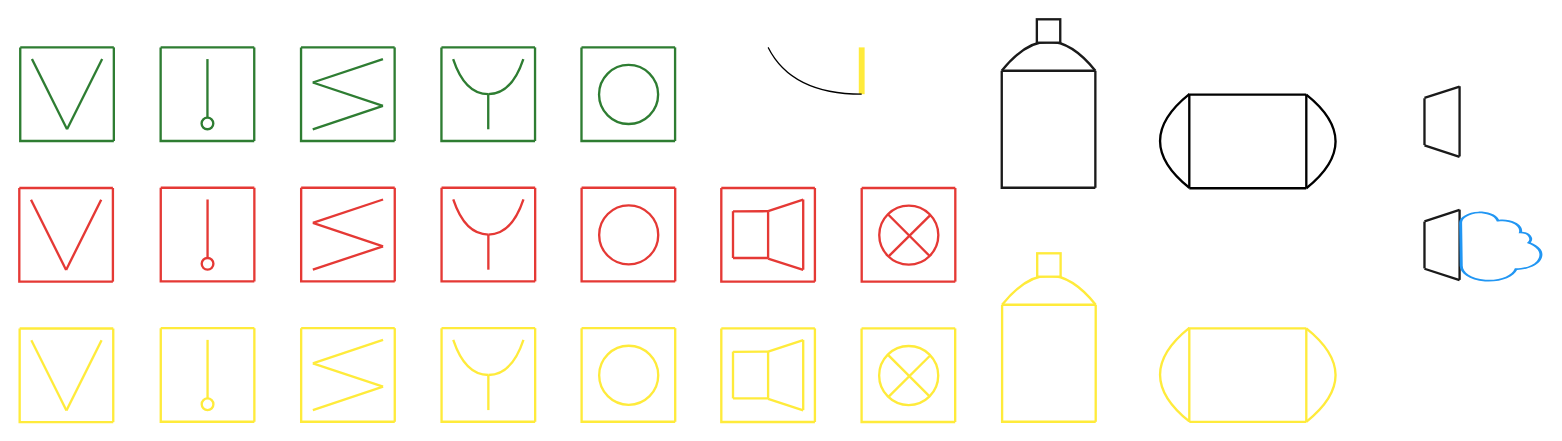
The draw.io diagram Диаграмма без названия.drawio in dashkova/datagrams, before the edit. Source tidied: cells renumbered, new cells numbered last; positions are measured from the earlier drawing's top-left corner, leaving out a move shared by most shapes. Both pictures are drawn from the tidied source at 117%, with x=0, y=0 at pixel (19, 12).
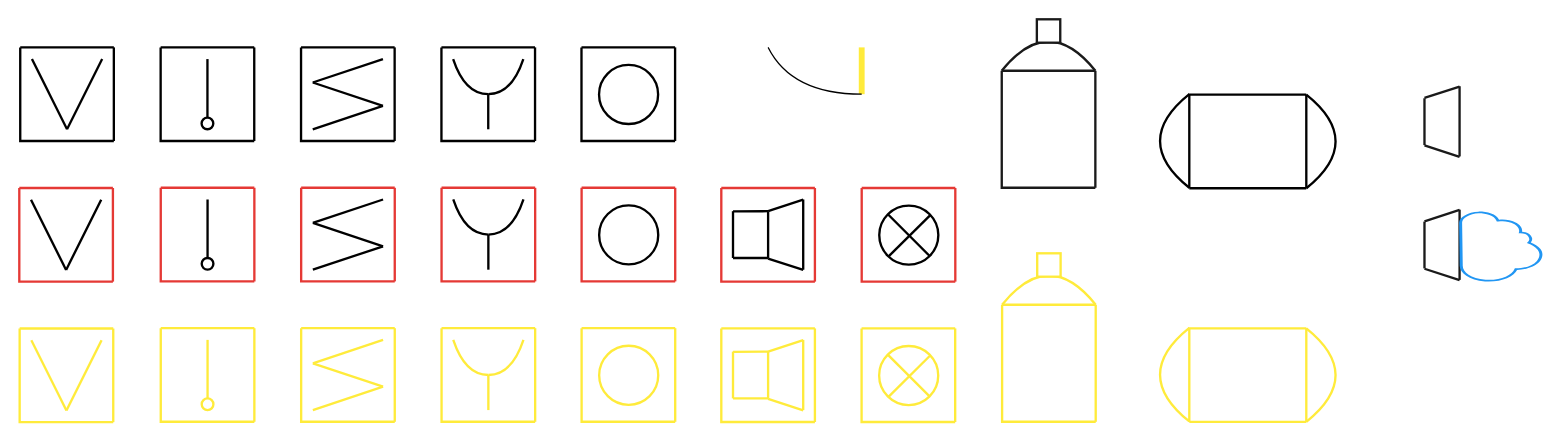
The same page after the edit.

What changed in the source:
```diff
@@
-    <mxCell id="2" style="endArrow=none;html=1;rounded=0;fontSize=12;startSize=8;endSize=8;curved=1;strokeColor=#2E7D32;strokeWidth=2;" parent="1" edge="1">
+    <mxCell id="2" style="endArrow=none;html=1;rounded=0;fontSize=12;startSize=8;endSize=8;curved=1;strokeColor=#000000;strokeWidth=2;" parent="1" edge="1">
       <mxGeometry relative="1" as="geometry">
         <mxPoint x="0.8" y="30" as="sourcePoint" />
         <mxPoint x="80.8" y="30" as="targetPoint" />
       </mxGeometry>
     </mxCell>
-    <mxCell id="3" style="endArrow=none;html=1;rounded=0;fontSize=12;startSize=8;endSize=8;curved=1;strokeColor=#2E7D32;strokeWidth=2;" parent="1" edge="1">
+    <mxCell id="3" style="endArrow=none;html=1;rounded=0;fontSize=12;startSize=8;endSize=8;curved=1;strokeColor=#000000;strokeWidth=2;" parent="1" edge="1">
       <mxGeometry relative="1" as="geometry">
         <mxPoint x="80.8" y="110" as="sourcePoint" />
         <mxPoint x="80.8" y="30" as="targetPoint" />
       </mxGeometry>
     </mxCell>
-    <mxCell id="4" style="endArrow=none;html=1;rounded=0;fontSize=12;startSize=8;endSize=8;strokeColor=#2E7D32;strokeWidth=2;" parent="1" edge="1">
+    <mxCell id="4" style="endArrow=none;html=1;rounded=0;fontSize=12;startSize=8;endSize=8;strokeColor=#000000;strokeWidth=2;" parent="1" edge="1">
       <mxGeometry relative="1" as="geometry">
         <mxPoint x="0.8" y="30" as="sourcePoint" />
         <mxPoint x="80.8" y="110" as="targetPoint" />
         <Array as="points">
           <mxPoint x="0.8" y="110" />
         </Array>
       </mxGeometry>
     </mxCell>
-    <mxCell id="5" style="endArrow=none;html=1;rounded=0;fontSize=12;startSize=8;endSize=8;curved=1;strokeWidth=2;strokeColor=#2E7D32;" parent="1" edge="1">
+    <mxCell id="5" style="endArrow=none;html=1;rounded=0;fontSize=12;startSize=8;endSize=8;curved=1;strokeWidth=2;strokeColor=#000000;" parent="1" edge="1">
       <mxGeometry relative="1" as="geometry">
         <mxPoint x="120.8" y="30" as="sourcePoint" />
         <mxPoint x="200.8" y="30" as="targetPoint" />
       </mxGeometry>
     </mxCell>
-    <mxCell id="6" style="endArrow=none;html=1;rounded=0;fontSize=12;startSize=8;endSize=8;curved=1;strokeWidth=2;strokeColor=#2E7D32;" parent="1" edge="1">
+    <mxCell id="6" style="endArrow=none;html=1;rounded=0;fontSize=12;startSize=8;endSize=8;curved=1;strokeWidth=2;strokeColor=#000000;" parent="1" edge="1">
       <mxGeometry relative="1" as="geometry">
         <mxPoint x="200.8" y="110" as="sourcePoint" />
         <mxPoint x="200.8" y="30" as="targetPoint" />
       </mxGeometry>
     </mxCell>
-    <mxCell id="7" style="endArrow=none;html=1;rounded=0;fontSize=12;startSize=8;endSize=8;strokeWidth=2;strokeColor=#2E7D32;" parent="1" edge="1">
+    <mxCell id="7" style="endArrow=none;html=1;rounded=0;fontSize=12;startSize=8;endSize=8;strokeWidth=2;strokeColor=#000000;" parent="1" edge="1">
       <mxGeometry relative="1" as="geometry">
         <mxPoint x="120.8" y="30" as="sourcePoint" />
         <mxPoint x="200.8" y="110" as="targetPoint" />
         <Array as="points">
           <mxPoint x="120.8" y="110" />
         </Array>
       </mxGeometry>
     </mxCell>
-    <mxCell id="8" style="endArrow=none;html=1;rounded=0;fontSize=12;startSize=8;endSize=8;curved=1;strokeColor=#2E7D32;strokeWidth=2;" parent="1" edge="1">
+    <mxCell id="8" style="endArrow=none;html=1;rounded=0;fontSize=12;startSize=8;endSize=8;curved=1;strokeColor=#000000;strokeWidth=2;" parent="1" edge="1">
       <mxGeometry relative="1" as="geometry">
         <mxPoint x="40.8" y="100" as="sourcePoint" />
         <mxPoint x="10.8" y="40" as="targetPoint" />
       </mxGeometry>
     </mxCell>
-    <mxCell id="9" style="endArrow=none;html=1;rounded=0;fontSize=12;startSize=8;endSize=8;curved=1;strokeColor=#2E7D32;strokeWidth=2;" parent="1" edge="1">
+    <mxCell id="9" style="endArrow=none;html=1;rounded=0;fontSize=12;startSize=8;endSize=8;curved=1;strokeColor=#000000;strokeWidth=2;" parent="1" edge="1">
       <mxGeometry relative="1" as="geometry">
         <mxPoint x="40.8" y="100" as="sourcePoint" />
         <mxPoint x="70.8" y="40" as="targetPoint" />
       </mxGeometry>
     </mxCell>
-    <mxCell id="10" style="endArrow=none;html=1;rounded=0;fontSize=12;startSize=8;endSize=8;curved=1;strokeWidth=2;strokeColor=#2E7D32;" parent="1" edge="1">
+    <mxCell id="10" style="endArrow=none;html=1;rounded=0;fontSize=12;startSize=8;endSize=8;curved=1;strokeWidth=2;strokeColor=#000000;" parent="1" edge="1">
       <mxGeometry relative="1" as="geometry">
         <mxPoint x="160.8" y="90" as="sourcePoint" />
         <mxPoint x="160.8" y="40" as="targetPoint" />
       </mxGeometry>
     </mxCell>
-    <mxCell id="11" style="ellipse;whiteSpace=wrap;html=1;fontSize=16;strokeWidth=2;strokeColor=#2E7D32;" parent="1" vertex="1">
+    <mxCell id="11" style="ellipse;whiteSpace=wrap;html=1;fontSize=16;strokeWidth=2;strokeColor=#000000;" parent="1" vertex="1">
       <mxGeometry x="155.8" y="90" width="10" height="10" as="geometry" />
     </mxCell>
-    <mxCell id="12" style="endArrow=none;html=1;rounded=0;fontSize=12;startSize=8;endSize=8;curved=1;strokeWidth=2;strokeColor=#2E7D32;" parent="1" edge="1">
+    <mxCell id="12" style="endArrow=none;html=1;rounded=0;fontSize=12;startSize=8;endSize=8;curved=1;strokeWidth=2;strokeColor=#000000;" parent="1" edge="1">
       <mxGeometry relative="1" as="geometry">
         <mxPoint x="240.8" y="30" as="sourcePoint" />
         <mxPoint x="320.8" y="30" as="targetPoint" />
       </mxGeometry>
     </mxCell>
-    <mxCell id="13" style="endArrow=none;html=1;rounded=0;fontSize=12;startSize=8;endSize=8;curved=1;strokeWidth=2;strokeColor=#2E7D32;" parent="1" edge="1">
+    <mxCell id="13" style="endArrow=none;html=1;rounded=0;fontSize=12;startSize=8;endSize=8;curved=1;strokeWidth=2;strokeColor=#000000;" parent="1" edge="1">
       <mxGeometry relative="1" as="geometry">
         <mxPoint x="320.8" y="110" as="sourcePoint" />
         <mxPoint x="320.8" y="30" as="targetPoint" />
       </mxGeometry>
     </mxCell>
-    <mxCell id="14" style="endArrow=none;html=1;rounded=0;fontSize=12;startSize=8;endSize=8;strokeWidth=2;strokeColor=#2E7D32;" parent="1" edge="1">
+    <mxCell id="14" style="endArrow=none;html=1;rounded=0;fontSize=12;startSize=8;endSize=8;strokeWidth=2;strokeColor=#000000;" parent="1" edge="1">
       <mxGeometry relative="1" as="geometry">
         <mxPoint x="240.8" y="30" as="sourcePoint" />
         <mxPoint x="320.8" y="110" as="targetPoint" />
         <Array as="points">
           <mxPoint x="240.8" y="110" />
         </Array>
       </mxGeometry>
     </mxCell>
-    <mxCell id="15" style="endArrow=none;html=1;rounded=0;fontSize=12;startSize=8;endSize=8;curved=1;strokeWidth=2;strokeColor=#2E7D32;" parent="1" edge="1">
+    <mxCell id="15" style="endArrow=none;html=1;rounded=0;fontSize=12;startSize=8;endSize=8;curved=1;strokeWidth=2;strokeColor=#000000;" parent="1" edge="1">
       <mxGeometry relative="1" as="geometry">
         <mxPoint x="310.8" y="80" as="sourcePoint" />
         <mxPoint x="250.8" y="60" as="targetPoint" />
       </mxGeometry>
     </mxCell>
-    <mxCell id="16" style="endArrow=none;html=1;rounded=0;fontSize=12;startSize=8;endSize=8;curved=1;strokeWidth=2;strokeColor=#2E7D32;" parent="1" edge="1">
+    <mxCell id="16" style="endArrow=none;html=1;rounded=0;fontSize=12;startSize=8;endSize=8;curved=1;strokeWidth=2;strokeColor=#000000;" parent="1" edge="1">
       <mxGeometry relative="1" as="geometry">
         <mxPoint x="250.8" y="60" as="sourcePoint" />
         <mxPoint x="310.8" y="40" as="targetPoint" />
       </mxGeometry>
     </mxCell>
-    <mxCell id="17" style="endArrow=none;html=1;rounded=0;fontSize=12;startSize=8;endSize=8;curved=1;strokeWidth=2;strokeColor=#2E7D32;" parent="1" edge="1">
+    <mxCell id="17" style="endArrow=none;html=1;rounded=0;fontSize=12;startSize=8;endSize=8;curved=1;strokeWidth=2;strokeColor=#000000;" parent="1" edge="1">
       <mxGeometry relative="1" as="geometry">
         <mxPoint x="250.8" y="100" as="sourcePoint" />
         <mxPoint x="310.8" y="80" as="targetPoint" />
       </mxGeometry>
     </mxCell>
-    <mxCell id="18" style="endArrow=none;html=1;rounded=0;fontSize=12;startSize=8;endSize=8;curved=1;strokeWidth=2;strokeColor=#2E7D32;" parent="1" edge="1">
+    <mxCell id="18" style="endArrow=none;html=1;rounded=0;fontSize=12;startSize=8;endSize=8;curved=1;strokeWidth=2;strokeColor=#000000;" parent="1" edge="1">
       <mxGeometry relative="1" as="geometry">
         <mxPoint x="360.8" y="30" as="sourcePoint" />
         <mxPoint x="440.8" y="30" as="targetPoint" />
       </mxGeometry>
     </mxCell>
-    <mxCell id="19" style="endArrow=none;html=1;rounded=0;fontSize=12;startSize=8;endSize=8;curved=1;strokeWidth=2;strokeColor=#2E7D32;" parent="1" edge="1">
+    <mxCell id="19" style="endArrow=none;html=1;rounded=0;fontSize=12;startSize=8;endSize=8;curved=1;strokeWidth=2;strokeColor=#000000;" parent="1" edge="1">
       <mxGeometry relative="1" as="geometry">
         <mxPoint x="440.8" y="110" as="sourcePoint" />
         <mxPoint x="440.8" y="30" as="targetPoint" />
       </mxGeometry>
     </mxCell>
-    <mxCell id="20" style="endArrow=none;html=1;rounded=0;fontSize=12;startSize=8;endSize=8;strokeWidth=2;strokeColor=#2E7D32;" parent="1" edge="1">
+    <mxCell id="20" style="endArrow=none;html=1;rounded=0;fontSize=12;startSize=8;endSize=8;strokeWidth=2;strokeColor=#000000;" parent="1" edge="1">
       <mxGeometry relative="1" as="geometry">
         <mxPoint x="360.8" y="30" as="sourcePoint" />
         <mxPoint x="440.8" y="110" as="targetPoint" />
         <Array as="points">
           <mxPoint x="360.8" y="110" />
         </Array>
       </mxGeometry>
     </mxCell>
-    <mxCell id="21" style="endArrow=none;html=1;rounded=0;fontSize=12;startSize=8;endSize=8;curved=1;strokeWidth=2;strokeColor=#2E7D32;" parent="1" edge="1">
+    <mxCell id="21" style="endArrow=none;html=1;rounded=0;fontSize=12;startSize=8;endSize=8;curved=1;strokeWidth=2;strokeColor=#000000;" parent="1" edge="1">
       <mxGeometry relative="1" as="geometry">
         <mxPoint x="400.8" y="70" as="sourcePoint" />
         <mxPoint x="430.8" y="40" as="targetPoint" />
         <Array as="points">
           <mxPoint x="420.8" y="70" />
         </Array>
       </mxGeometry>
     </mxCell>
-    <mxCell id="22" style="endArrow=none;html=1;rounded=0;fontSize=12;startSize=8;endSize=8;curved=1;strokeWidth=2;strokeColor=#2E7D32;" parent="1" edge="1">
+    <mxCell id="22" style="endArrow=none;html=1;rounded=0;fontSize=12;startSize=8;endSize=8;curved=1;strokeWidth=2;strokeColor=#000000;" parent="1" edge="1">
       <mxGeometry relative="1" as="geometry">
         <mxPoint x="400.8" y="100" as="sourcePoint" />
         <mxPoint x="400.8" y="70" as="targetPoint" />
       </mxGeometry>
     </mxCell>
-    <mxCell id="23" style="endArrow=none;html=1;rounded=0;fontSize=12;startSize=8;endSize=8;curved=1;strokeWidth=2;strokeColor=#2E7D32;" parent="1" edge="1">
+    <mxCell id="23" style="endArrow=none;html=1;rounded=0;fontSize=12;startSize=8;endSize=8;curved=1;strokeWidth=2;strokeColor=#000000;" parent="1" edge="1">
       <mxGeometry relative="1" as="geometry">
         <mxPoint x="400.8" y="70" as="sourcePoint" />
         <mxPoint x="370.8" y="40" as="targetPoint" />
         <Array as="points">
           <mxPoint x="380.8" y="70" />
         </Array>
       </mxGeometry>
     </mxCell>
-    <mxCell id="24" style="endArrow=none;html=1;rounded=0;fontSize=12;startSize=8;endSize=8;curved=1;strokeWidth=2;strokeColor=#2E7D32;" parent="1" edge="1">
+    <mxCell id="24" style="endArrow=none;html=1;rounded=0;fontSize=12;startSize=8;endSize=8;curved=1;strokeWidth=2;strokeColor=#000000;" parent="1" edge="1">
       <mxGeometry relative="1" as="geometry">
         <mxPoint x="480.5" y="30" as="sourcePoint" />
         <mxPoint x="560.5" y="30" as="targetPoint" />
       </mxGeometry>
     </mxCell>
-    <mxCell id="25" style="endArrow=none;html=1;rounded=0;fontSize=12;startSize=8;endSize=8;curved=1;strokeWidth=2;strokeColor=#2E7D32;" parent="1" edge="1">
+    <mxCell id="25" style="endArrow=none;html=1;rounded=0;fontSize=12;startSize=8;endSize=8;curved=1;strokeWidth=2;strokeColor=#000000;" parent="1" edge="1">
       <mxGeometry relative="1" as="geometry">
         <mxPoint x="560.5" y="110" as="sourcePoint" />
         <mxPoint x="560.5" y="30" as="targetPoint" />
       </mxGeometry>
     </mxCell>
-    <mxCell id="26" style="endArrow=none;html=1;rounded=0;fontSize=12;startSize=8;endSize=8;strokeWidth=2;strokeColor=#2E7D32;" parent="1" edge="1">
+    <mxCell id="26" style="endArrow=none;html=1;rounded=0;fontSize=12;startSize=8;endSize=8;strokeWidth=2;strokeColor=#000000;" parent="1" edge="1">
       <mxGeometry relative="1" as="geometry">
         <mxPoint x="480.5" y="30" as="sourcePoint" />
         <mxPoint x="560.5" y="110" as="targetPoint" />
         <Array as="points">
           <mxPoint x="480.5" y="110" />
         </Array>
       </mxGeometry>
     </mxCell>
-    <mxCell id="27" style="ellipse;whiteSpace=wrap;html=1;fontSize=16;strokeWidth=2;strokeColor=#2E7D32;" parent="1" vertex="1">
+    <mxCell id="27" style="ellipse;whiteSpace=wrap;html=1;fontSize=16;strokeWidth=2;strokeColor=#000000;" parent="1" vertex="1">
       <mxGeometry x="495.5" y="45" width="50.5" height="50.5" as="geometry" />
     </mxCell>
@@
-    <mxCell id="33" style="endArrow=none;html=1;rounded=0;fontSize=12;startSize=8;endSize=8;curved=1;strokeWidth=2;strokeColor=#E53935;" parent="1" edge="1">
+    <mxCell id="33" style="endArrow=none;html=1;rounded=0;fontSize=12;startSize=8;endSize=8;curved=1;strokeWidth=2;" parent="1" edge="1">
       <mxGeometry relative="1" as="geometry">
         <mxPoint x="610" y="210" as="sourcePoint" />
         <mxPoint x="610" y="170" as="targetPoint" />
       </mxGeometry>
     </mxCell>
-    <mxCell id="34" style="endArrow=none;html=1;rounded=0;fontSize=12;startSize=8;endSize=8;curved=1;strokeWidth=2;strokeColor=#E53935;" parent="1" edge="1">
+    <mxCell id="34" style="endArrow=none;html=1;rounded=0;fontSize=12;startSize=8;endSize=8;curved=1;strokeWidth=2;" parent="1" edge="1">
       <mxGeometry relative="1" as="geometry">
         <mxPoint x="640" y="170" as="sourcePoint" />
         <mxPoint x="670" y="160.2" as="targetPoint" />
       </mxGeometry>
     </mxCell>
-    <mxCell id="35" style="endArrow=none;html=1;rounded=0;fontSize=12;startSize=8;endSize=8;curved=1;strokeWidth=2;strokeColor=#E53935;" parent="1" edge="1">
+    <mxCell id="35" style="endArrow=none;html=1;rounded=0;fontSize=12;startSize=8;endSize=8;curved=1;strokeWidth=2;" parent="1" edge="1">
       <mxGeometry relative="1" as="geometry">
         <mxPoint x="640" y="170" as="sourcePoint" />
         <mxPoint x="610" y="170.2" as="targetPoint" />
       </mxGeometry>
     </mxCell>
-    <mxCell id="36" style="endArrow=none;html=1;rounded=0;fontSize=12;startSize=8;endSize=8;curved=1;strokeWidth=2;strokeColor=#E53935;" parent="1" edge="1">
+    <mxCell id="36" style="endArrow=none;html=1;rounded=0;fontSize=12;startSize=8;endSize=8;curved=1;strokeWidth=2;" parent="1" edge="1">
       <mxGeometry relative="1" as="geometry">
         <mxPoint x="640" y="210" as="sourcePoint" />
         <mxPoint x="610" y="210" as="targetPoint" />
       </mxGeometry>
     </mxCell>
-    <mxCell id="37" style="endArrow=none;html=1;rounded=0;fontSize=12;startSize=8;endSize=8;curved=1;strokeWidth=2;strokeColor=#E53935;" parent="1" edge="1">
+    <mxCell id="37" style="endArrow=none;html=1;rounded=0;fontSize=12;startSize=8;endSize=8;curved=1;strokeWidth=2;" parent="1" edge="1">
       <mxGeometry relative="1" as="geometry">
         <mxPoint x="640" y="210.2" as="sourcePoint" />
         <mxPoint x="640" y="170.2" as="targetPoint" />
       </mxGeometry>
     </mxCell>
-    <mxCell id="38" style="endArrow=none;html=1;rounded=0;fontSize=12;startSize=8;endSize=8;curved=1;strokeWidth=2;strokeColor=#E53935;" parent="1" edge="1">
+    <mxCell id="38" style="endArrow=none;html=1;rounded=0;fontSize=12;startSize=8;endSize=8;curved=1;strokeWidth=2;" parent="1" edge="1">
       <mxGeometry relative="1" as="geometry">
         <mxPoint x="640" y="210.5" as="sourcePoint" />
         <mxPoint x="670" y="220.2" as="targetPoint" />
       </mxGeometry>
     </mxCell>
-    <mxCell id="39" style="endArrow=none;html=1;rounded=0;fontSize=12;startSize=8;endSize=8;curved=1;strokeWidth=2;strokeColor=#E53935;" parent="1" edge="1">
+    <mxCell id="39" style="endArrow=none;html=1;rounded=0;fontSize=12;startSize=8;endSize=8;curved=1;strokeWidth=2;" parent="1" edge="1">
       <mxGeometry relative="1" as="geometry">
         <mxPoint x="670" y="220" as="sourcePoint" />
         <mxPoint x="670" y="160" as="targetPoint" />
       </mxGeometry>
     </mxCell>
@@
-    <mxCell id="43" style="ellipse;whiteSpace=wrap;html=1;fontSize=16;strokeWidth=2;strokeColor=#E53935;" parent="1" vertex="1">
+    <mxCell id="43" style="ellipse;whiteSpace=wrap;html=1;fontSize=16;strokeWidth=2;" parent="1" vertex="1">
       <mxGeometry x="735" y="165.2" width="50.5" height="50.5" as="geometry" />
     </mxCell>
-    <mxCell id="44" style="endArrow=none;html=1;rounded=0;fontSize=12;startSize=8;endSize=8;curved=1;entryX=0;entryY=0;entryDx=0;entryDy=0;exitX=1;exitY=1;exitDx=0;exitDy=0;strokeWidth=2;strokeColor=#E53935;" parent="1" edge="1" source="43" target="43">
+    <mxCell id="44" style="endArrow=none;html=1;rounded=0;fontSize=12;startSize=8;endSize=8;curved=1;entryX=0;entryY=0;entryDx=0;entryDy=0;exitX=1;exitY=1;exitDx=0;exitDy=0;strokeWidth=2;" parent="1" edge="1" source="43" target="43">
       <mxGeometry relative="1" as="geometry" />
     </mxCell>
-    <mxCell id="45" style="endArrow=none;html=1;rounded=0;fontSize=12;startSize=8;endSize=8;curved=1;entryX=0.158;entryY=0.861;entryDx=0;entryDy=0;exitX=0.864;exitY=0.161;exitDx=0;exitDy=0;exitPerimeter=0;entryPerimeter=0;strokeWidth=2;strokeColor=#E53935;" parent="1" edge="1" source="43" target="43">
+    <mxCell id="45" style="endArrow=none;html=1;rounded=0;fontSize=12;startSize=8;endSize=8;curved=1;entryX=0.158;entryY=0.861;entryDx=0;entryDy=0;exitX=0.864;exitY=0.161;exitDx=0;exitDy=0;exitPerimeter=0;entryPerimeter=0;strokeWidth=2;" parent="1" edge="1" source="43" target="43">
       <mxGeometry relative="1" as="geometry" />
     </mxCell>
@@
-    <mxCell id="63" style="endArrow=none;html=1;rounded=0;fontSize=12;startSize=8;endSize=8;curved=1;strokeColor=#E53935;strokeWidth=2;" parent="1" edge="1">
+    <mxCell id="63" style="endArrow=none;html=1;rounded=0;fontSize=12;startSize=8;endSize=8;curved=1;strokeWidth=2;" parent="1" edge="1">
       <mxGeometry relative="1" as="geometry">
         <mxPoint x="40" y="220.2" as="sourcePoint" />
         <mxPoint x="10" y="160.2" as="targetPoint" />
       </mxGeometry>
     </mxCell>
-    <mxCell id="64" style="endArrow=none;html=1;rounded=0;fontSize=12;startSize=8;endSize=8;curved=1;strokeColor=#E53935;strokeWidth=2;" parent="1" edge="1">
+    <mxCell id="64" style="endArrow=none;html=1;rounded=0;fontSize=12;startSize=8;endSize=8;curved=1;strokeWidth=2;" parent="1" edge="1">
       <mxGeometry relative="1" as="geometry">
         <mxPoint x="40" y="220.2" as="sourcePoint" />
         <mxPoint x="70" y="160.2" as="targetPoint" />
       </mxGeometry>
     </mxCell>
@@
-    <mxCell id="73" style="endArrow=none;html=1;rounded=0;fontSize=12;startSize=8;endSize=8;curved=1;strokeWidth=2;strokeColor=#E53935;" parent="1" edge="1">
+    <mxCell id="73" style="endArrow=none;html=1;rounded=0;fontSize=12;startSize=8;endSize=8;curved=1;strokeWidth=2;" parent="1" edge="1">
       <mxGeometry relative="1" as="geometry">
         <mxPoint x="160.9" y="210" as="sourcePoint" />
         <mxPoint x="160.9" y="160" as="targetPoint" />
       </mxGeometry>
     </mxCell>
-    <mxCell id="74" style="ellipse;whiteSpace=wrap;html=1;fontSize=16;strokeWidth=2;strokeColor=#E53935;" parent="1" vertex="1">
+    <mxCell id="74" style="ellipse;whiteSpace=wrap;html=1;fontSize=16;strokeWidth=2;" parent="1" vertex="1">
       <mxGeometry x="155.9" y="210" width="10" height="10" as="geometry" />
     </mxCell>
@@
-    <mxCell id="78" style="endArrow=none;html=1;rounded=0;fontSize=12;startSize=8;endSize=8;curved=1;strokeWidth=2;strokeColor=#E53935;" parent="1" edge="1">
+    <mxCell id="78" style="endArrow=none;html=1;rounded=0;fontSize=12;startSize=8;endSize=8;curved=1;strokeWidth=2;" parent="1" edge="1">
       <mxGeometry relative="1" as="geometry">
         <mxPoint x="310.9" y="200" as="sourcePoint" />
         <mxPoint x="250.9" y="180" as="targetPoint" />
       </mxGeometry>
     </mxCell>
-    <mxCell id="79" style="endArrow=none;html=1;rounded=0;fontSize=12;startSize=8;endSize=8;curved=1;strokeWidth=2;strokeColor=#E53935;" parent="1" edge="1">
+    <mxCell id="79" style="endArrow=none;html=1;rounded=0;fontSize=12;startSize=8;endSize=8;curved=1;strokeWidth=2;" parent="1" edge="1">
       <mxGeometry relative="1" as="geometry">
         <mxPoint x="250.9" y="180" as="sourcePoint" />
         <mxPoint x="310.9" y="160" as="targetPoint" />
       </mxGeometry>
     </mxCell>
-    <mxCell id="80" style="endArrow=none;html=1;rounded=0;fontSize=12;startSize=8;endSize=8;curved=1;strokeWidth=2;strokeColor=#E53935;" parent="1" edge="1">
+    <mxCell id="80" style="endArrow=none;html=1;rounded=0;fontSize=12;startSize=8;endSize=8;curved=1;strokeWidth=2;" parent="1" edge="1">
       <mxGeometry relative="1" as="geometry">
         <mxPoint x="250.9" y="220" as="sourcePoint" />
         <mxPoint x="310.9" y="200" as="targetPoint" />
       </mxGeometry>
     </mxCell>
@@
-    <mxCell id="84" style="endArrow=none;html=1;rounded=0;fontSize=12;startSize=8;endSize=8;curved=1;strokeWidth=2;strokeColor=#E53935;" parent="1" edge="1">
+    <mxCell id="84" style="endArrow=none;html=1;rounded=0;fontSize=12;startSize=8;endSize=8;curved=1;strokeWidth=2;" parent="1" edge="1">
       <mxGeometry relative="1" as="geometry">
         <mxPoint x="400.9" y="190" as="sourcePoint" />
         <mxPoint x="430.9" y="160" as="targetPoint" />
         <Array as="points">
           <mxPoint x="420.9" y="190" />
         </Array>
       </mxGeometry>
     </mxCell>
-    <mxCell id="85" style="endArrow=none;html=1;rounded=0;fontSize=12;startSize=8;endSize=8;curved=1;strokeWidth=2;strokeColor=#E53935;" parent="1" edge="1">
+    <mxCell id="85" style="endArrow=none;html=1;rounded=0;fontSize=12;startSize=8;endSize=8;curved=1;strokeWidth=2;" parent="1" edge="1">
       <mxGeometry relative="1" as="geometry">
         <mxPoint x="400.9" y="220" as="sourcePoint" />
         <mxPoint x="400.9" y="190" as="targetPoint" />
       </mxGeometry>
     </mxCell>
-    <mxCell id="86" style="endArrow=none;html=1;rounded=0;fontSize=12;startSize=8;endSize=8;curved=1;strokeWidth=2;strokeColor=#E53935;" parent="1" edge="1">
+    <mxCell id="86" style="endArrow=none;html=1;rounded=0;fontSize=12;startSize=8;endSize=8;curved=1;strokeWidth=2;" parent="1" edge="1">
       <mxGeometry relative="1" as="geometry">
         <mxPoint x="400.9" y="190" as="sourcePoint" />
         <mxPoint x="370.9" y="160" as="targetPoint" />
         <Array as="points">
           <mxPoint x="380.9" y="190" />
         </Array>
       </mxGeometry>
     </mxCell>
@@
-    <mxCell id="90" style="ellipse;whiteSpace=wrap;html=1;fontSize=16;strokeWidth=2;strokeColor=#E53935;" parent="1" vertex="1">
+    <mxCell id="90" style="ellipse;whiteSpace=wrap;html=1;fontSize=16;strokeWidth=2;" parent="1" vertex="1">
       <mxGeometry x="495.6" y="165" width="50.5" height="50.5" as="geometry" />
     </mxCell>
```
